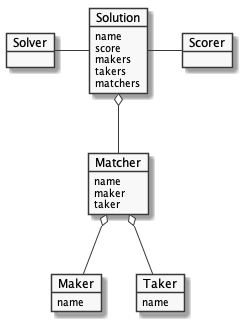
The PlantUML diagram doc/plans/objects.png in joelparkerhenderson/demo-optaplanner, before a commit.
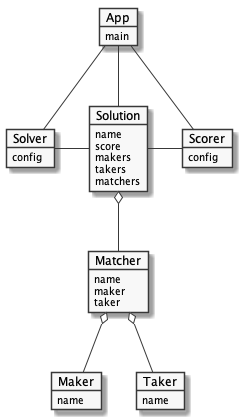
Above is the later version.

Commit message:
Add UML for App

What changed in the source:
```diff
@@ -1,5 +1,9 @@
 @startuml
 skinparam monochrome true
+
+object App {
+    main
+}
 
 object Solution {
     name
@@ -10,10 +14,16 @@
 }
 
 object Solver {
+    config
 }
 
 object Scorer {
+    config
 }
+
+App -d- Solver
+App -d- Solution
+App -d- Scorer
 
 Solver --r- Solution
 Solution --r- Scorer
```
